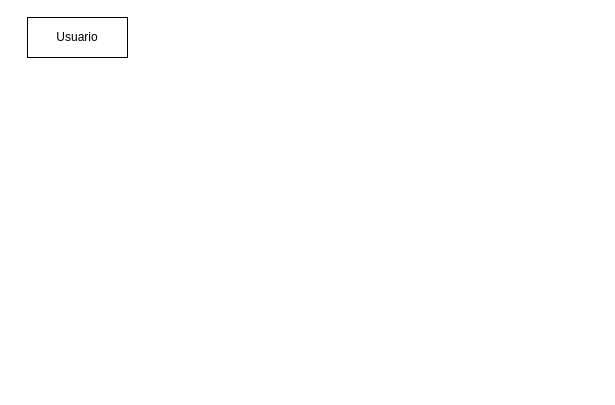
Before: Proyecto_Desarrollo.drawio in JlchavezG/ProyectoP, a draw.io diagram. Source tidied: cells renumbered, new cells numbered last; positions are measured from the earlier drawing's top-left corner, leaving out a move shared by most shapes. Both pictures are drawn from the tidied source at 100%, with x=0, y=0 at pixel (27, 17).
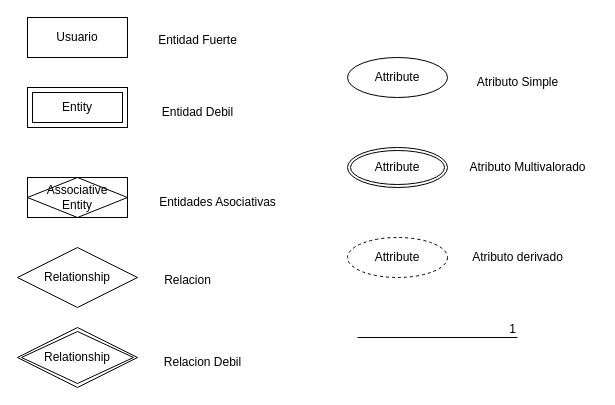
The same diagram, later.

Diff of the diagram source:
```diff
@@
+    <mxCell id="3" value="Entidad Fuerte" style="text;html=1;align=center;verticalAlign=middle;strokeColor=none;fillColor=none;" parent="1" vertex="1">
+      <mxGeometry x="120" y="8" width="100" height="30" as="geometry" />
+    </mxCell>
+    <mxCell id="4" value="Entity" style="shape=ext;margin=3;double=1;whiteSpace=wrap;html=1;align=center;" parent="1" vertex="1">
+      <mxGeometry y="70" width="100" height="40" as="geometry" />
+    </mxCell>
+    <mxCell id="5" value="Entidad Debil" style="text;html=1;align=center;verticalAlign=middle;strokeColor=none;fillColor=none;" parent="1" vertex="1">
+      <mxGeometry x="125" y="80" width="90" height="30" as="geometry" />
+    </mxCell>
+    <mxCell id="6" value="Associative&#10;Entity" style="shape=associativeEntity;whiteSpace=wrap;html=1;align=center;" parent="1" vertex="1">
+      <mxGeometry y="160" width="100" height="40" as="geometry" />
+    </mxCell>
+    <mxCell id="7" value="Entidades Asociativas" style="text;html=1;align=center;verticalAlign=middle;strokeColor=none;fillColor=none;" parent="1" vertex="1">
+      <mxGeometry x="120" y="170" width="140" height="30" as="geometry" />
+    </mxCell>
+    <mxCell id="8" value="Relationship" style="shape=rhombus;double=1;perimeter=rhombusPerimeter;whiteSpace=wrap;html=1;align=center;" parent="1" vertex="1">
+      <mxGeometry x="-10" y="310" width="120" height="60" as="geometry" />
+    </mxCell>
+    <mxCell id="9" value="Relacion Debil" style="text;html=1;align=center;verticalAlign=middle;strokeColor=none;fillColor=none;" parent="1" vertex="1">
+      <mxGeometry x="125" y="330" width="100" height="30" as="geometry" />
+    </mxCell>
+    <mxCell id="10" value="Relationship" style="shape=rhombus;perimeter=rhombusPerimeter;whiteSpace=wrap;html=1;align=center;" parent="1" vertex="1">
+      <mxGeometry x="-10" y="230" width="120" height="60" as="geometry" />
+    </mxCell>
+    <mxCell id="11" value="Relacion" style="text;html=1;align=center;verticalAlign=middle;strokeColor=none;fillColor=none;" parent="1" vertex="1">
+      <mxGeometry x="125" y="248" width="70" height="30" as="geometry" />
+    </mxCell>
+    <mxCell id="12" value="Attribute" style="ellipse;whiteSpace=wrap;html=1;align=center;" parent="1" vertex="1">
+      <mxGeometry x="320" y="40" width="100" height="40" as="geometry" />
+    </mxCell>
+    <mxCell id="13" value="Atributo Simple" style="text;html=1;align=center;verticalAlign=middle;strokeColor=none;fillColor=none;" parent="1" vertex="1">
+      <mxGeometry x="440" y="50" width="100" height="30" as="geometry" />
+    </mxCell>
+    <mxCell id="14" value="Attribute" style="ellipse;shape=doubleEllipse;margin=3;whiteSpace=wrap;html=1;align=center;" parent="1" vertex="1">
+      <mxGeometry x="320" y="130" width="100" height="40" as="geometry" />
+    </mxCell>
+    <mxCell id="15" value="Atributo Multivalorado" style="text;html=1;align=center;verticalAlign=middle;strokeColor=none;fillColor=none;" parent="1" vertex="1">
+      <mxGeometry x="430" y="135" width="140" height="30" as="geometry" />
+    </mxCell>
+    <mxCell id="16" value="Attribute" style="ellipse;whiteSpace=wrap;html=1;align=center;dashed=1;" parent="1" vertex="1">
+      <mxGeometry x="320" y="220" width="100" height="40" as="geometry" />
+    </mxCell>
+    <mxCell id="17" value="Atributo derivado" style="text;html=1;align=center;verticalAlign=middle;strokeColor=none;fillColor=none;" parent="1" vertex="1">
+      <mxGeometry x="435" y="225" width="110" height="30" as="geometry" />
+    </mxCell>
+    <mxCell id="18" style="endArrow=none;html=1;rounded=0;" parent="1" edge="1">
+      <mxGeometry relative="1" as="geometry">
+        <mxPoint x="330" y="320" as="sourcePoint" />
+        <mxPoint x="490" y="320" as="targetPoint" />
+      </mxGeometry>
+    </mxCell>
+    <mxCell id="19" value="1" style="html=1;whiteSpace=wrap;align=right;verticalAlign=bottom;" parent="18" vertex="1">
+      <mxGeometry x="1" relative="1" as="geometry" />
+    </mxCell>
```
